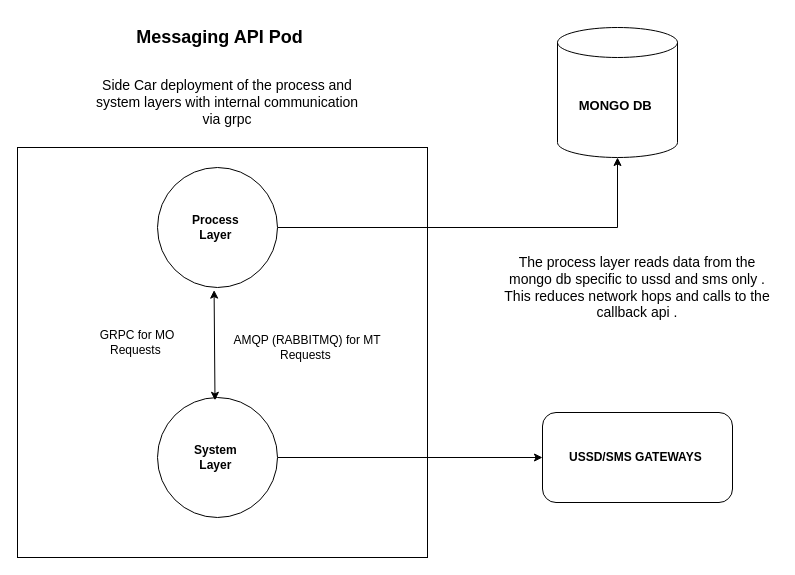
Before: MTN-Architectures.drawio in tyger-rareatom/consulting-architectures, a draw.io diagram. Source tidied: cells renumbered, new cells numbered last; positions are measured from the earlier drawing's top-left corner, leaving out a move shared by most shapes. Both pictures are drawn from the tidied source at 100%, with x=0, y=0 at pixel (17, 17).
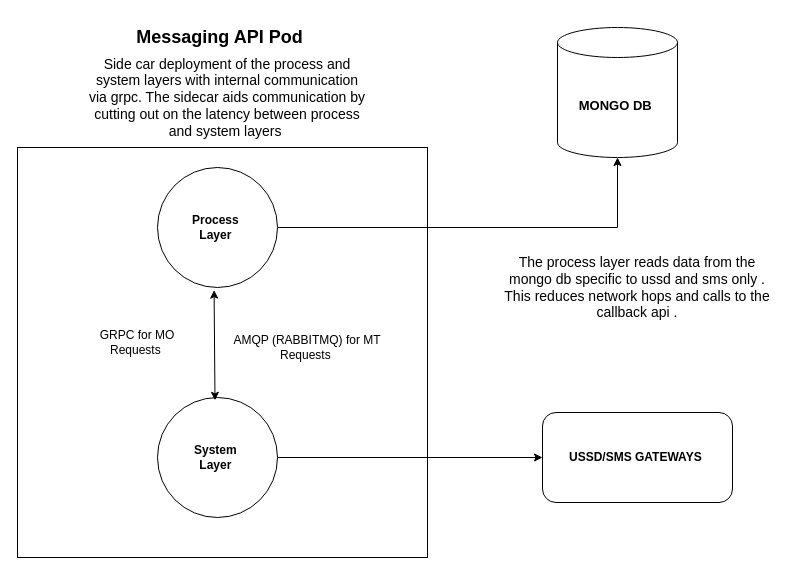
After the change.

Commit message:
Architecture tweaks

The edit, as a diff of the source:
```diff
@@
 <mxGraphModel>
   <root>
     <mxCell id="0" />
     <mxCell id="1" parent="0" />
     <mxCell id="2" style="whiteSpace=wrap;html=1;" parent="1" vertex="1">
       <mxGeometry y="130" width="410" height="410" as="geometry" />
     </mxCell>
     <mxCell id="3" style="edgeStyle=orthogonalEdgeStyle;rounded=0;jettySize=auto;html=1;entryX=0;entryY=0.5;entryDx=0;entryDy=0;" parent="1" edge="1" source="4" target="12">
       <mxGeometry relative="1" as="geometry" />
     </mxCell>
     <mxCell id="4" value="&lt;b&gt;System&amp;nbsp;&lt;br&gt;Layer&amp;nbsp;&lt;/b&gt;" style="ellipse;whiteSpace=wrap;html=1;" parent="1" vertex="1">
       <mxGeometry x="140" y="380" width="120" height="120" as="geometry" />
     </mxCell>
     <mxCell id="5" style="edgeStyle=orthogonalEdgeStyle;rounded=0;jettySize=auto;html=1;" parent="1" edge="1" source="6" target="10">
       <mxGeometry relative="1" as="geometry" />
     </mxCell>
     <mxCell id="6" value="&lt;b&gt;Process&amp;nbsp;&lt;br&gt;Layer&amp;nbsp;&lt;/b&gt;" style="ellipse;whiteSpace=wrap;html=1;" parent="1" vertex="1">
       <mxGeometry x="140" y="150" width="120" height="120" as="geometry" />
     </mxCell>
     <mxCell id="7" style="endArrow=classic;startArrow=classic;html=1;entryX=0.345;entryY=0.982;entryDx=0;entryDy=0;entryPerimeter=0;exitX=0.339;exitY=0.02;exitDx=0;exitDy=0;exitPerimeter=0;" parent="1" edge="1">
       <mxGeometry relative="1" as="geometry">
         <mxPoint x="197.5" y="382.8" as="sourcePoint" />
         <mxPoint x="196.6" y="272.6" as="targetPoint" />
       </mxGeometry>
     </mxCell>
     <mxCell id="8" value="GRPC for MO Requests&amp;nbsp;" style="text;html=1;strokeColor=none;fillColor=none;align=center;verticalAlign=middle;whiteSpace=wrap;rounded=0;" parent="1" vertex="1">
       <mxGeometry x="60" y="290" width="120" height="70" as="geometry" />
     </mxCell>
-    <mxCell id="9" value="&lt;font style=&quot;font-size: 14px&quot;&gt;Side Car deployment of the process and system layers with internal communication via grpc&lt;/font&gt;" style="text;html=1;strokeColor=none;fillColor=none;align=center;verticalAlign=middle;whiteSpace=wrap;rounded=0;" parent="1" vertex="1">
-      <mxGeometry x="70" y="50" width="280" height="70" as="geometry" />
+    <mxCell id="9" value="&lt;font style=&quot;font-size: 14px&quot;&gt;Side car deployment of the process and system layers with internal communication via grpc. The sidecar aids communication by cutting out on the latency between process and system layers&amp;nbsp;&lt;/font&gt;" style="text;html=1;strokeColor=none;fillColor=none;align=center;verticalAlign=middle;whiteSpace=wrap;rounded=0;" parent="1" vertex="1">
+      <mxGeometry x="70" y="40" width="280" height="80" as="geometry" />
     </mxCell>
     <mxCell id="10" value="&lt;b&gt;MONGO DB&amp;nbsp;&lt;/b&gt;" style="shape=cylinder3;whiteSpace=wrap;html=1;boundedLbl=1;backgroundOutline=1;size=15;fontSize=13;" parent="1" vertex="1">
       <mxGeometry x="540" y="10" width="120" height="130" as="geometry" />
     </mxCell>
     <mxCell id="11" value="&lt;font style=&quot;font-size: 14px&quot;&gt;The process layer reads data from the mongo db specific to ussd and sms only . This reduces network hops and calls to the callback api .&lt;/font&gt;" style="text;html=1;strokeColor=none;fillColor=none;align=center;verticalAlign=middle;whiteSpace=wrap;rounded=0;fontSize=13;" parent="1" vertex="1">
       <mxGeometry x="480" y="230" width="280" height="80" as="geometry" />
     </mxCell>
     <mxCell id="12" value="&lt;b&gt;USSD/SMS GATEWAYS&amp;nbsp;&lt;/b&gt;" style="rounded=1;whiteSpace=wrap;html=1;" parent="1" vertex="1">
       <mxGeometry x="525" y="395" width="190" height="90" as="geometry" />
     </mxCell>
     <mxCell id="13" value="&lt;b&gt;&lt;font style=&quot;font-size: 18px&quot;&gt;Messaging API Pod&amp;nbsp;&lt;/font&gt;&lt;/b&gt;" style="text;html=1;strokeColor=none;fillColor=none;align=center;verticalAlign=middle;whiteSpace=wrap;rounded=0;" parent="1" vertex="1">
       <mxGeometry x="75" width="260" height="40" as="geometry" />
     </mxCell>
     <mxCell id="14" value="AMQP (RABBITMQ) for MT Requests&amp;nbsp;" style="text;html=1;strokeColor=none;fillColor=none;align=center;verticalAlign=middle;whiteSpace=wrap;rounded=0;" parent="1" vertex="1">
       <mxGeometry x="210" y="290" width="160" height="80" as="geometry" />
     </mxCell>
   </root>
 </mxGraphModel>
```
